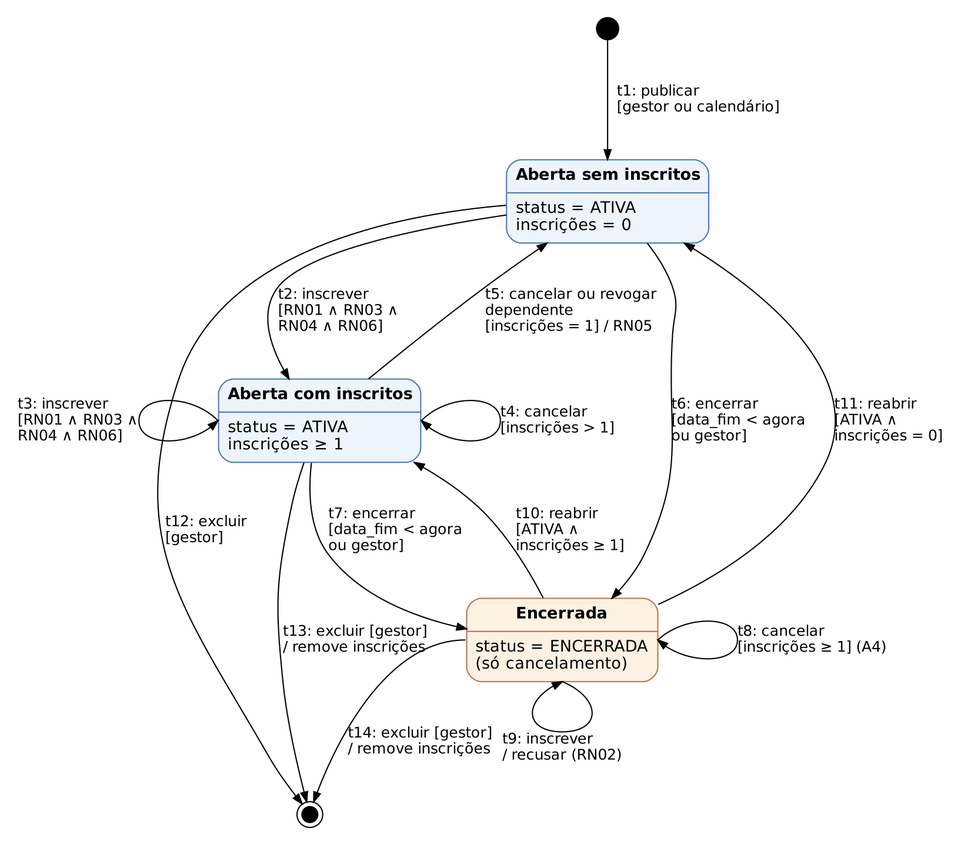
Conecta-Vida/Conecta-Vida-Mobile keeps this Graphviz diagram as qualidade/diagramas/ex05_estados.png. Above is the earlier version. Its source is kept beside it as qualidade/diagramas/ex05_estados.dot. The source it was exported from:
```dot
digraph DTE {
  graph [rankdir=TB, fontname="DejaVu Sans", nodesep=0.9, ranksep=1.0, pad=0.2, dpi=150];
  node  [fontname="DejaVu Sans", fontsize=13];
  edge  [fontname="DejaVu Sans", fontsize=12, arrowsize=0.8];

  ini [shape=circle, style=filled, fillcolor=black, label="", width=0.25];
  fim [shape=doublecircle, style=filled, fillcolor=black, label="", width=0.18];

  E1 [shape=plain, label=<<table border="1" cellborder="0" cellspacing="0" cellpadding="6" style="rounded" bgcolor="#EEF4FB" color="#4A78B5">
      <tr><td><b>Aberta sem inscritos</b></td></tr><hr/>
      <tr><td align="left">status = ATIVA<br align="left"/>inscrições = 0<br align="left"/></td></tr></table>>];
  E2 [shape=plain, label=<<table border="1" cellborder="0" cellspacing="0" cellpadding="6" style="rounded" bgcolor="#EEF4FB" color="#4A78B5">
      <tr><td><b>Aberta com inscritos</b></td></tr><hr/>
      <tr><td align="left">status = ATIVA<br align="left"/>inscrições ≥ 1<br align="left"/></td></tr></table>>];
  E3 [shape=plain, label=<<table border="1" cellborder="0" cellspacing="0" cellpadding="6" style="rounded" bgcolor="#FDF1E3" color="#B5784A">
      <tr><td><b>Encerrada</b></td></tr><hr/>
      <tr><td align="left">status = ENCERRADA<br align="left"/>(só cancelamento)<br align="left"/></td></tr></table>>];


  ini -> E1 [label="  t1: publicar\l  [gestor ou calendário]\l"];
  E1 -> E2  [label="t2: inscrever\l[RN01 ∧ RN03 ∧\lRN04 ∧ RN06]\l"];
  E2 -> E1  [label="t5: cancelar ou revogar\ldependente\l[inscrições = 1] / RN05\l"];
  E2:w -> E2:w [label="t3: inscrever\l[RN01 ∧ RN03 ∧\lRN04 ∧ RN06]\l"];
  E2:e -> E2:e [label="t4: cancelar\l[inscrições > 1]\l"];
  E1 -> E3  [label="t6: encerrar\l[data_fim < agora\lou gestor]\l"];
  E3 -> E1  [label="t11: reabrir\l[ATIVA ∧\linscrições = 0]\l"];
  E2 -> E3  [label="t7: encerrar\l[data_fim < agora\lou gestor]\l"];
  E3 -> E2  [label="t10: reabrir\l[ATIVA ∧\linscrições ≥ 1]\l"];
  E3:e -> E3:e [label="t8: cancelar\l[inscrições ≥ 1] (A4)\l"];
  E3:s -> E3:s [label="t9: inscrever\l/ recusar (RN02)\l"];
  E1 -> fim [label="t12: excluir\l[gestor]\l", constraint=false];
  E2 -> fim [label="t13: excluir [gestor]\l/ remove inscrições\l"];
  E3:w -> fim [label="t14: excluir [gestor]\l/ remove inscrições\l"];
}
```
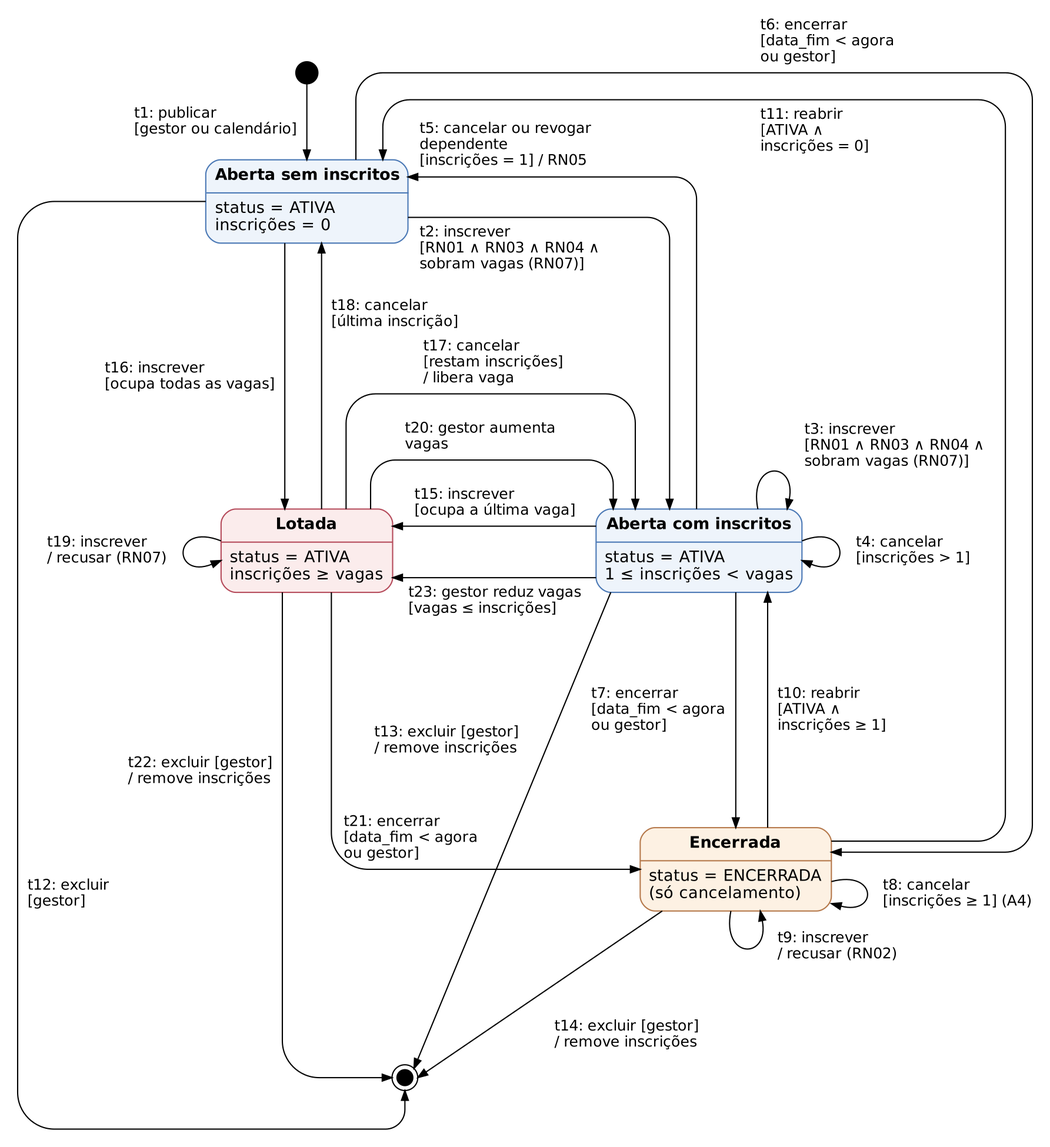
Above is the later version.

Diff of the diagram source:
```diff
@@ -1,34 +1,45 @@
 digraph DTE {
-  graph [rankdir=TB, fontname="DejaVu Sans", nodesep=0.9, ranksep=1.0, pad=0.2, dpi=150];
+  graph [layout=nop2, fontname="DejaVu Sans", pad=0.2, dpi=150];
   node  [fontname="DejaVu Sans", fontsize=13];
   edge  [fontname="DejaVu Sans", fontsize=12, arrowsize=0.8];
 
-  ini [shape=circle, style=filled, fillcolor=black, label="", width=0.25];
-  fim [shape=doublecircle, style=filled, fillcolor=black, label="", width=0.18];
+  ini [pos="250.0,970.0", shape=circle, style=filled, fillcolor=black, label="", width=0.25];
+  fim [pos="330.0,150.0", shape=doublecircle, style=filled, fillcolor=black, label="", width=0.18];
 
-  E1 [shape=plain, label=<<table border="1" cellborder="0" cellspacing="0" cellpadding="6" style="rounded" bgcolor="#EEF4FB" color="#4A78B5">
+  E1 [pos="250.0,865.0", shape=plain, label=<<table border="1" cellborder="0" cellspacing="0" cellpadding="6" style="rounded" bgcolor="#EEF4FB" color="#4A78B5">
       <tr><td><b>Aberta sem inscritos</b></td></tr><hr/>
       <tr><td align="left">status = ATIVA<br align="left"/>inscrições = 0<br align="left"/></td></tr></table>>];
-  E2 [shape=plain, label=<<table border="1" cellborder="0" cellspacing="0" cellpadding="6" style="rounded" bgcolor="#EEF4FB" color="#4A78B5">
+  E2 [pos="570.0,580.0", shape=plain, label=<<table border="1" cellborder="0" cellspacing="0" cellpadding="6" style="rounded" bgcolor="#EEF4FB" color="#4A78B5">
       <tr><td><b>Aberta com inscritos</b></td></tr><hr/>
-      <tr><td align="left">status = ATIVA<br align="left"/>inscrições ≥ 1<br align="left"/></td></tr></table>>];
-  E3 [shape=plain, label=<<table border="1" cellborder="0" cellspacing="0" cellpadding="6" style="rounded" bgcolor="#FDF1E3" color="#B5784A">
+      <tr><td align="left">status = ATIVA<br align="left"/>1 ≤ inscrições &lt; vagas<br align="left"/></td></tr></table>>];
+  E3 [pos="600.0,320.0", shape=plain, label=<<table border="1" cellborder="0" cellspacing="0" cellpadding="6" style="rounded" bgcolor="#FDF1E3" color="#B5784A">
       <tr><td><b>Encerrada</b></td></tr><hr/>
       <tr><td align="left">status = ENCERRADA<br align="left"/>(só cancelamento)<br align="left"/></td></tr></table>>];
+  E5 [pos="250.0,580.0", shape=plain, label=<<table border="1" cellborder="0" cellspacing="0" cellpadding="6" style="rounded" bgcolor="#FBECEC" color="#B54A5A">
+      <tr><td><b>Lotada</b></td></tr><hr/>
+      <tr><td align="left">status = ATIVA<br align="left"/>inscrições ≥ vagas<br align="left"/></td></tr></table>>];
 
-
-  ini -> E1 [label="  t1: publicar\l  [gestor ou calendário]\l"];
-  E1 -> E2  [label="t2: inscrever\l[RN01 ∧ RN03 ∧\lRN04 ∧ RN06]\l"];
-  E2 -> E1  [label="t5: cancelar ou revogar\ldependente\l[inscrições = 1] / RN05\l"];
-  E2:w -> E2:w [label="t3: inscrever\l[RN01 ∧ RN03 ∧\lRN04 ∧ RN06]\l"];
-  E2:e -> E2:e [label="t4: cancelar\l[inscrições > 1]\l"];
-  E1 -> E3  [label="t6: encerrar\l[data_fim < agora\lou gestor]\l"];
-  E3 -> E1  [label="t11: reabrir\l[ATIVA ∧\linscrições = 0]\l"];
-  E2 -> E3  [label="t7: encerrar\l[data_fim < agora\lou gestor]\l"];
-  E3 -> E2  [label="t10: reabrir\l[ATIVA ∧\linscrições ≥ 1]\l"];
-  E3:e -> E3:e [label="t8: cancelar\l[inscrições ≥ 1] (A4)\l"];
-  E3:s -> E3:s [label="t9: inscrever\l/ recusar (RN02)\l"];
-  E1 -> fim [label="t12: excluir\l[gestor]\l", constraint=false];
-  E2 -> fim [label="t13: excluir [gestor]\l/ remove inscrições\l"];
-  E3:w -> fim [label="t14: excluir [gestor]\l/ remove inscrições\l"];
+  ini -> E1 [label="t1: publicar\l[gestor ou calendário]\l", pos="e,250.0,899.0 250.0,961.0 250.0,940.3 250.0,919.7 250.0,907.0", lp="175.5,930.0"];
+  E1 -> E2 [label="t2: inscrever\l[RN01 ∧ RN03 ∧ RN04 ∧\lsobram vagas (RN07)]\l", pos="e,546.0,614.0 332.5,852.0 397.7,852.0 462.8,852.0 528.0,852.0 537.9,852.0 546.0,843.9 546.0,834.0 546.0,760.7 546.0,687.3 546.0,622.0", lp="416.0,826.5"];
+  E2 -> E2 [label="t3: inscrever\l[RN01 ∧ RN03 ∧ RN04 ∧\lsobram vagas (RN07)]\l", pos="e,642.0,614.0 618.0,614.0 610.0,654.0 650.0,654.0 643.6,621.8", lp="730.0,665.5"];
+  E2 -> E2 [label="t4: cancelar\l[inscrições > 1]\l", pos="e,654.0,572.0 654.0,588.0 694.0,604.0 694.0,556.0 661.4,569.0", lp="745.0,580.0"];
+  E2 -> E1 [label="t5: cancelar ou revogar\ldependente\l[inscrições = 1] / RN05\l", pos="e,332.5,885.0 568.0,614.0 568.0,698.3 568.0,782.7 568.0,867.0 568.0,876.9 559.9,885.0 550.0,885.0 477.5,885.0 405.0,885.0 340.5,885.0", lp="412.5,911.0"];
+  E1 -> E3 [label="t6: encerrar\l[data_fim < agora\lou gestor]\l", pos="e,678.0,334.0 290.0,899.0 290.0,915.3 290.0,931.7 290.0,948.0 290.0,960.1 299.9,970.0 312.0,970.0 481.3,970.0 650.7,970.0 820.0,970.0 832.1,970.0 842.0,960.1 842.0,948.0 842.0,750.7 842.0,553.3 842.0,356.0 842.0,343.9 832.1,334.0 820.0,334.0 772.7,334.0 725.3,334.0 686.0,334.0", lp="675.0,995.5"];
+  E2 -> E3 [label="t7: encerrar\l[data_fim < agora\lou gestor]\l", pos="e,600.0,354.0 600.0,546.0 600.0,482.0 600.0,418.0 600.0,362.0", lp="537.0,450.0"];
+  E3 -> E3 [label="t8: cancelar\l[inscrições ≥ 1] (A4)\l", pos="e,678.0,292.0 678.0,310.0 716.0,320.0 716.0,282.0 685.7,290.0", lp="781.0,300.0"];
+  E3 -> E3 [label="t9: inscrever\l/ recusar (RN02)\l", pos="e,620.0,286.0 596.0,286.0 588.0,246.0 628.0,246.0 621.6,278.2", lp="683.0,257.0"];
+  E3 -> E2 [label="t10: reabrir\l[ATIVA ∧\linscrições ≥ 1]\l", pos="e,626.0,546.0 626.0,354.0 626.0,418.0 626.0,482.0 626.0,538.0", lp="678.5,450.0"];
+  E3 -> E1 [label="t11: reabrir\l[ATIVA ∧\linscrições = 0]\l", pos="e,312.0,899.0 678.0,343.0 718.0,343.0 758.0,343.0 798.0,343.0 810.1,343.0 820.0,352.9 820.0,365.0 820.0,553.7 820.0,740.7 820.0,926.0 820.0,938.1 810.1,948.0 798.0,948.0 643.3,948.0 488.7,948.0 334.0,948.0 321.9,948.0 312.0,938.1 312.0,926.0 312.0,917.0 312.0,908.0 312.0,907.0", lp="664.5,922.5"];
+  E1 -> fim [label="t12: excluir\l[gestor]\l", pos="e,330.0,139.5 167.5,865.0 126.3,865.0 85.2,865.0 44.0,865.0 27.5,865.0 14.0,851.5 14.0,835.0 14.0,602.7 14.0,370.3 14.0,138.0 14.0,121.5 27.5,108.0 44.0,108.0 134.1,108.0 224.2,108.0 314.2,108.0 322.9,108.0 330.0,115.1 330.0,123.8 330.0,129.0 330.0,134.2 330.0,131.5", lp="55.5,300.0"];
+  E2 -> fim [label="t13: excluir [gestor]\l/ remove inscrições\l", pos="e,337.4,157.4 498.0,546.0 444.4,416.5 390.9,286.9 340.4,164.7", lp="364.0,425.0"];
+  E3 -> fim [label="t14: excluir [gestor]\l/ remove inscrições\l", pos="e,340.5,150.0 540.0,286.0 473.5,240.7 407.0,195.3 347.1,154.5", lp="511.0,185.0"];
+  E2 -> E5 [label="t15: inscrever\l[ocupa a última vaga]\l", pos="e,320.0,600.0 486.0,600.0 430.7,600.0 375.3,600.0 328.0,600.0", lp="403.8,619.0"];
+  E1 -> E5 [label="t16: inscrever\l[ocupa todas as vagas]\l", pos="e,232.0,614.0 232.0,831.0 232.0,758.7 232.0,686.3 232.0,622.0", lp="154.5,722.0"];
+  E5 -> E2 [label="t17: cancelar\l[restam inscrições]\l/ libera vaga\l", pos="e,518.0,614.0 282.0,614.0 282.0,637.3 282.0,660.7 282.0,684.0 282.0,697.2 292.8,708.0 306.0,708.0 368.7,708.0 431.3,708.0 494.0,708.0 507.2,708.0 518.0,697.2 518.0,684.0 518.0,660.7 518.0,637.3 518.0,622.0", lp="402.5,733.5"];
+  E5 -> E1 [label="t18: cancelar\l[última inscrição]\l", pos="e,262.0,831.0 262.0,614.0 262.0,686.3 262.0,758.7 262.0,823.0", lp="322.0,773.0"];
+  E5 -> E5 [label="t19: inscrever\l/ recusar (RN07)\l", pos="e,180.0,572.0 180.0,588.0 140.0,604.0 140.0,556.0 172.6,569.0", lp="87.0,580.0"];
+  E5 -> E2 [label="t20: gestor aumenta\lvagas\l", pos="e,500.0,614.0 302.0,614.0 302.0,620.7 302.0,627.3 302.0,634.0 302.0,645.0 311.0,654.0 322.0,654.0 374.7,654.0 427.3,654.0 480.0,654.0 491.0,654.0 500.0,645.0 500.0,634.0 500.0,627.3 500.0,620.7 500.0,622.0", lp="392.0,673.0"];
+  E5 -> E3 [label="t21: encerrar\l[data_fim < agora\lou gestor]\l", pos="e,522.0,320.0 270.0,546.0 270.0,480.7 270.0,415.3 270.0,350.0 270.0,333.5 283.5,320.0 300.0,320.0 374.0,320.0 448.0,320.0 514.0,320.0", lp="335.0,345.5"];
+  E5 -> fim [label="t22: excluir [gestor]\l/ remove inscrições\l", pos="e,319.5,150.0 230.0,546.0 230.0,424.0 230.0,302.0 230.0,180.0 230.0,163.5 243.5,150.0 260.0,150.0 279.8,150.0 299.7,150.0 311.5,150.0", lp="163.0,400.0"];
+  E2 -> E5 [label="t23: gestor reduz vagas\l[vagas ≤ inscrições]\l", pos="e,320.0,558.0 486.0,558.0 430.7,558.0 375.3,558.0 328.0,558.0", lp="403.8,539.0"];
 }
```
